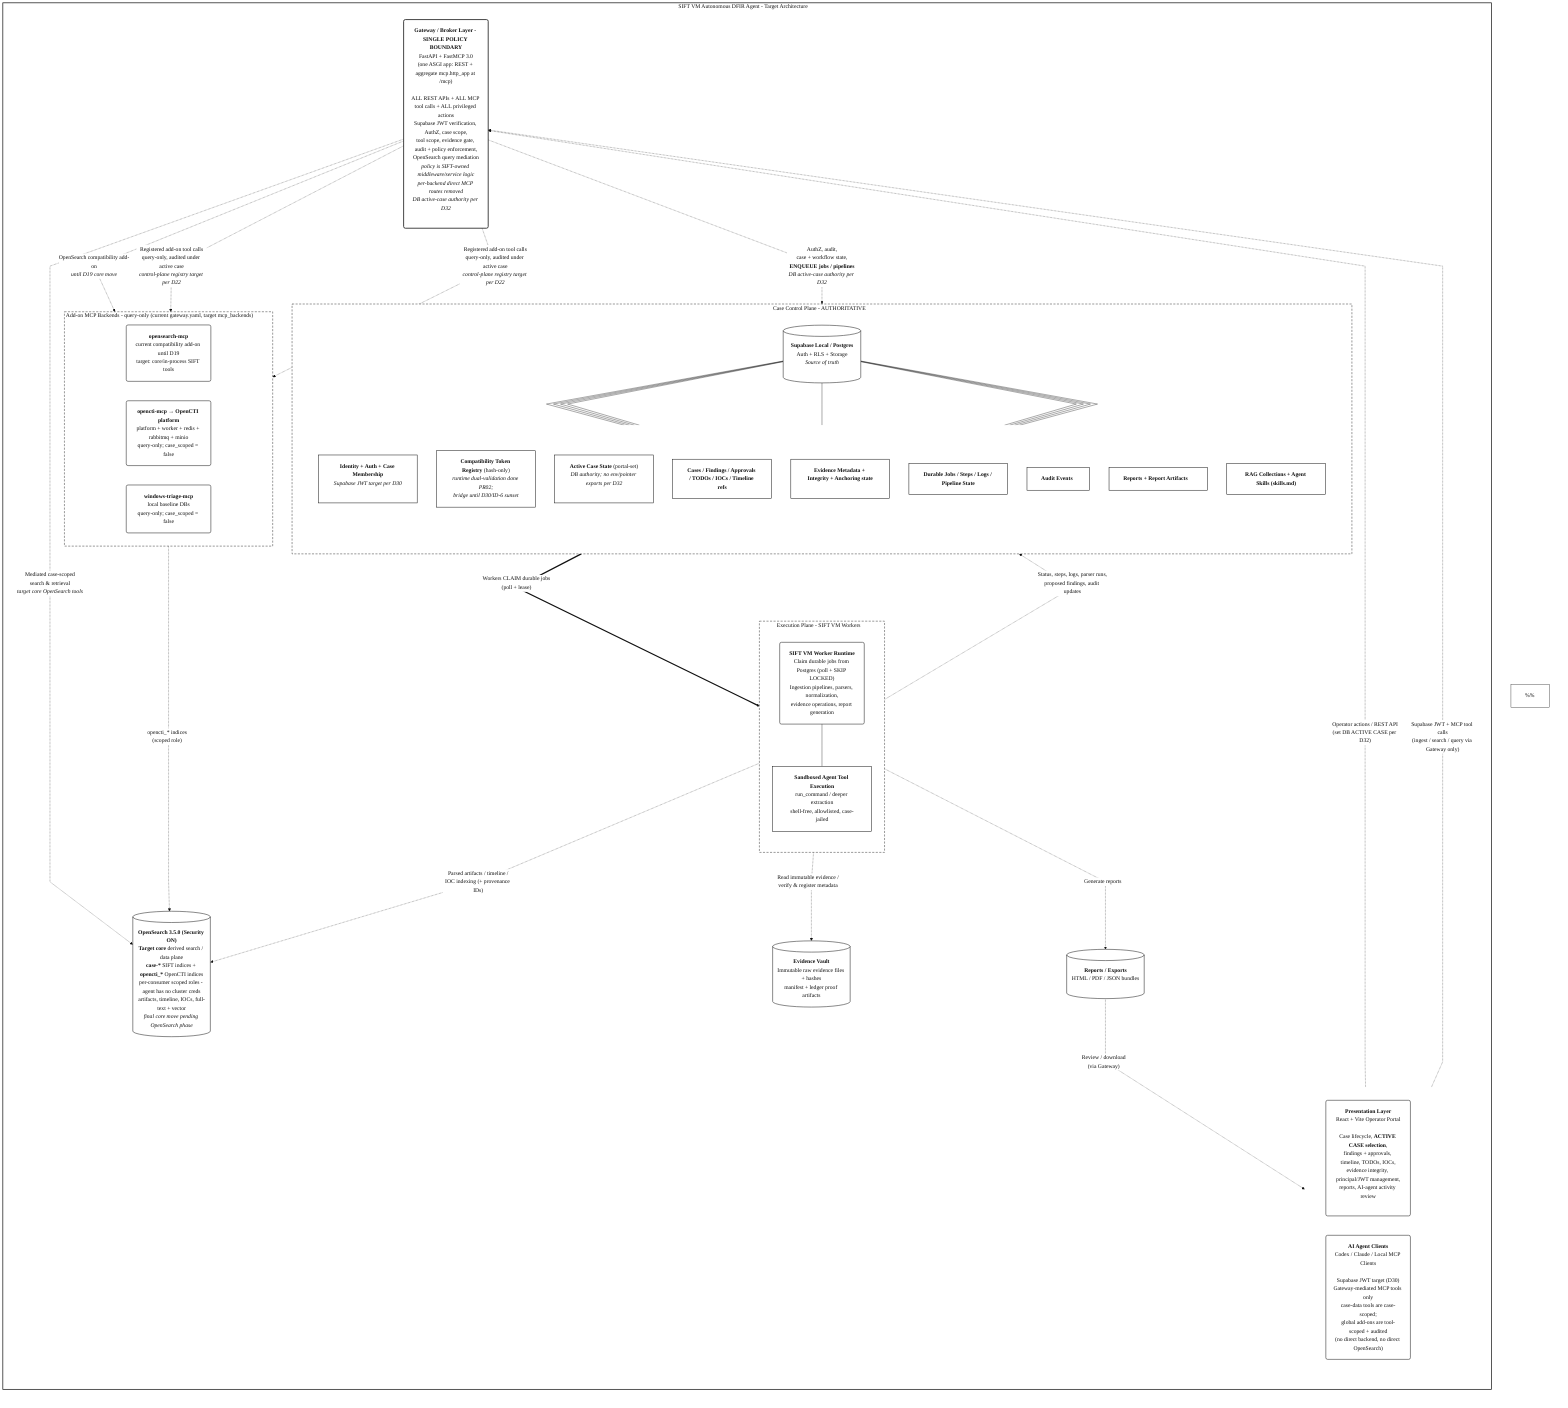
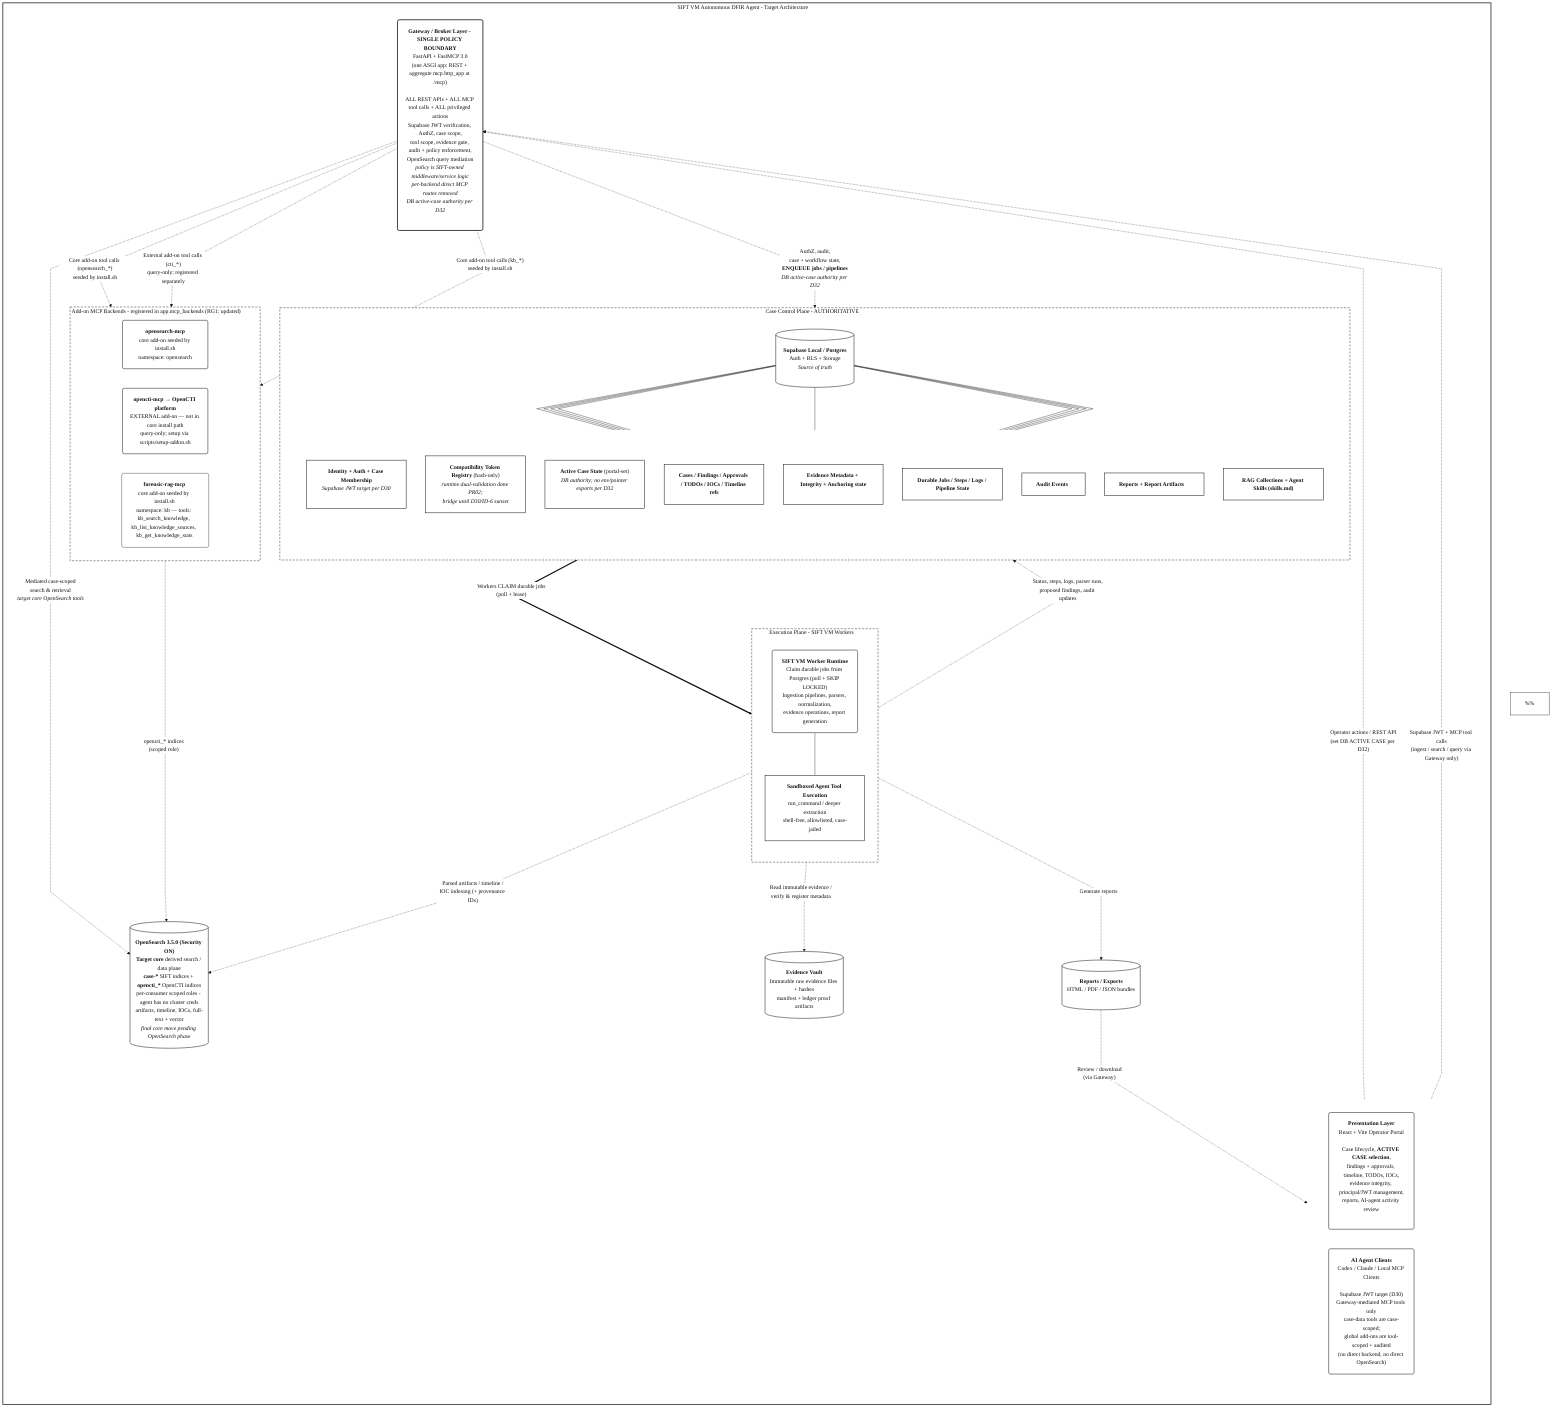
%%{init: {
  "theme": "base",
  "themeVariables": {
    "fontFamily": "Arial, Helvetica, sans-serif",
    "primaryColor": "#ffffff",
    "primaryTextColor": "#111111",
    "primaryBorderColor": "#111111",
    "lineColor": "#111111",
    "clusterBkg": "#ffffff",
    "clusterBorder": "#111111",
    "edgeLabelBackground": "#ffffff"
  },
  "flowchart": {
    "curve": "linear",
    "htmlLabels": true,
    "nodeSpacing": 55,
    "rankSpacing": 70,
    "padding": 20
  }
}}%%

flowchart TB

  %% =========================================================
  %% SIFT VM Autonomous DFIR Agent - target architecture.
  %%
  %% Canonical decisions reflected in this diagram (see
  %% 00_migration_charter.md "Confirmed Decisions (Locked)"):
  %%  - The Gateway is the SINGLE policy boundary. ALL REST APIs,
  %%    ALL MCP tool calls, and ALL privileged actions go through it.
  %%    Per-backend direct MCP routes (/mcp/{name}) are DISABLED.
  %%  - Supabase/Postgres is the authoritative control plane.
  %%  - Final auth target (D30): Supabase-issued JWTs for humans,
  %%    agents, MCP clients, workers, and services. PR02 hash-token
  %%    registry is a compatibility bridge until sunset.
  %%  - There is NEVER a direct job/invoke to the Evidence Vault.
  %%    Tool calls (ingest/search/etc.) enter the Gateway, which
  %%    enqueues durable jobs/pipelines in the control plane; workers
  %%    CLAIM (poll + SKIP LOCKED) those jobs and run the pipelines.
  %%  - TARGET: ACTIVE CASE is selected by the operator in the portal only,
  %%    is authoritative in the control plane, and the Gateway propagates it
  %%    to every backend/API/tool call. D32/PR03B drops env/config/pointer
  %%    active-case authority and does not generate active-case exports.
  %%  - OpenSearch 3.5.0 with security ENABLED is the derived
  %%    search/data plane. It is never authoritative.
  %%  - AI agents reach tools ONLY through Gateway MCP tools and run
  %%    deeper analysis in a sandboxed, allowlisted execution plane.
  %% Note: Mermaid auto-layout is not pixel-perfect.
  %% =========================================================

  subgraph SYSTEM["SIFT VM Autonomous DFIR Agent - Target Architecture"]
    direction TB

    %% -------------------------
    %% Clients
    %% -------------------------
    subgraph CLIENTS[" "]
      direction LR

      Portal("<b>Presentation Layer</b><br/>React + Vite Operator Portal<br/><br/>Case lifecycle, <b>ACTIVE CASE selection</b>,<br/>findings + approvals, timeline, TODOs, IOCs,<br/>evidence integrity, principal/JWT management,<br/>reports, AI-agent activity review")

      Agents("<b>AI Agent Clients</b><br/>Codex / Claude / Local MCP Clients<br/><br/>Supabase JWT target (D30)<br/>Gateway-mediated MCP tools only<br/>case-data tools are case-scoped;<br/>global add-ons are tool-scoped + audited<br/>(no direct backend, no direct OpenSearch)")
    end

    %% -------------------------
    %% Gateway - single policy boundary
    %% -------------------------
    Gateway("<b>Gateway / Broker Layer - SINGLE POLICY BOUNDARY</b><br/>FastAPI + FastMCP 3.0<br/>(one ASGI app: REST + aggregate mcp.http_app at /mcp)<br/><br/>ALL REST APIs + ALL MCP tool calls + ALL privileged actions<br/>Supabase JWT verification, AuthZ, case scope,<br/>tool scope, evidence gate, audit + policy enforcement,<br/>OpenSearch query mediation<br/><i>policy is SIFT-owned middleware/service logic</i><br/><i>per-backend direct MCP routes removed</i><br/><i>DB active-case authority per D32</i>")

    %% -------------------------
    %% Control plane (authoritative)
    %% -------------------------
    subgraph CONTROL["Case Control Plane - AUTHORITATIVE"]
      direction TB

      Supabase[("<b>Supabase Local / Postgres</b><br/>Auth + RLS + Storage<br/><i>Source of truth</i>")]

      subgraph CP_BOXES[" "]
        direction TB
        B1["<b>Identity + Auth + Case Membership</b><br/><i>Supabase JWT target per D30</i>"]
        B2["<b>Compatibility Token Registry</b> (hash-only)<br/><i>runtime dual-validation done PR02;<br/>bridge until D30/ID-6 sunset</i>"]
        B3["<b>Active Case State</b> (portal-set)<br/><i>DB authority; no env/pointer exports per D32</i>"]
        B4["<b>Cases / Findings / Approvals / TODOs / IOCs / Timeline refs</b>"]
        B5["<b>Evidence Metadata + Integrity + Anchoring state</b>"]
        B6["<b>Durable Jobs / Steps / Logs / Pipeline State</b>"]
        B7["<b>Audit Events</b>"]
        B8["<b>Reports + Report Artifacts</b>"]
        B9["<b>RAG Collections + Agent Skills (skills.md)</b>"]
      end

      Supabase --- B1
      Supabase --- B2
      Supabase --- B3
      Supabase --- B4
      Supabase --- B5
      Supabase --- B6
      Supabase --- B7
      Supabase --- B8
      Supabase --- B9
    end

    %% -------------------------
    %% Data plane + Evidence vault
    %% -------------------------
    OpenSearch[("<b>OpenSearch 3.5.0 (Security ON)</b><br/><b>Target core</b> derived search / data plane<br/><b>case-*</b> SIFT indices + <b>opencti_*</b> OpenCTI indices<br/>per-consumer scoped roles - agent has no cluster creds<br/>artifacts, timeline, IOCs, full-text + vector<br/><i>final core move pending OpenSearch phase</i>")]

    Evidence[("<b>Evidence Vault</b><br/>Immutable raw evidence files + hashes<br/>manifest + ledger proof artifacts")]

    %% -------------------------
    %% Execution plane
    %% -------------------------
    subgraph EXECUTION["Execution Plane - SIFT VM Workers"]
      direction TB

      Worker("<b>SIFT VM Worker Runtime</b><br/>Claim durable jobs from Postgres (poll + SKIP LOCKED)<br/>Ingestion pipelines, parsers, normalization,<br/>evidence operations, report generation")

      Sandbox["<b>Sandboxed Agent Tool Execution</b><br/>run_command / deeper extraction<br/>shell-free, allowlisted, case-jailed"]

      Worker --- Sandbox
    end

    Reports[("<b>Reports / Exports</b><br/>HTML / PDF / JSON bundles")]

    %% -------------------------
    %% Add-on MCP backends (target: registered in control-plane mcp_backends;
    %% current: read from gateway.yaml until D22/F-11 lands; reached ONLY
    %% through the Gateway aggregate policy path)
    %% -------------------------
-     subgraph ADDONS["Add-on MCP Backends - query-only (current gateway.yaml, target mcp_backends)"]
+     %% RG1 (2026-06-13): Diagram is archival/pre-migration state. Current state:
+     %% - opensearch-mcp is a registered core add-on (seeded by install.sh).
+     %% - forensic-rag-mcp is a registered core add-on (seeded by install.sh); tools are kb_*.
+     %% - windows-triage-mcp REMOVED from repo; future external add-on candidate only.
+     %% - opencti-mcp is an EXTERNAL add-on (never seeded by install.sh).
+     %% - gateway.yaml static tokens are legacy fallback; mcp_backends (Postgres) is current.
+     subgraph ADDONS["Add-on MCP Backends - registered in app.mcp_backends (RG1: updated)"]
      direction LR
-       OpenSearchCompat("<b>opensearch-mcp</b><br/>current compatibility add-on until D19<br/>target: core/in-process SIFT tools")
-       OpenCTI("<b>opencti-mcp</b> &rarr; <b>OpenCTI platform</b><br/>platform + worker + redis + rabbitmq + minio<br/>query-only; case_scoped = false")
-       WinTriage("<b>windows-triage-mcp</b><br/>local baseline DBs<br/>query-only; case_scoped = false")
+       OpenSearchCompat("<b>opensearch-mcp</b><br/>core add-on seeded by install.sh<br/>namespace: opensearch")
+       OpenCTI("<b>opencti-mcp</b> &rarr; <b>OpenCTI platform</b><br/>EXTERNAL add-on — not in core install path<br/>query-only; setup via scripts/setup-addon.sh")
+       ForensicRAG("<b>forensic-rag-mcp</b><br/>core add-on seeded by install.sh<br/>namespace: kb — tools: kb_search_knowledge, kb_list_knowledge_sources, kb_get_knowledge_stats")
    end

-     %% Note: OpenSearch and RAG are TARGET CORE, not long-term add-ons (D19/D23).
-     %% OpenSearch may still appear through gateway.yaml/proxy compatibility until
-     %% the later OpenSearch-core phase retires its add-on registration.
-     %% RAG retrieval is a core control-plane tool over Supabase pgvector.
+     %% RG1: OpenSearch and forensic-rag-mcp are core add-ons registered in app.mcp_backends.
+     %% RAG retrieval goes through the kb_* tools in forensic-rag-mcp (not a gateway-local shim).

    %% -------------------------
    %% Flows
    %% -------------------------
    Portal -. "Operator actions / REST API<br/>(set DB ACTIVE CASE per D32)" .-> Gateway
    Agents -. "Supabase JWT + MCP tool calls<br/>(ingest / search / query via Gateway only)" .-> Gateway

    Gateway -. "AuthZ, audit,<br/>case + workflow state,<br/><b>ENQUEUE jobs / pipelines</b><br/><i>DB active-case authority per D32</i>" .-> Supabase
    Gateway -. "Mediated case-scoped<br/>search & retrieval<br/><i>target core OpenSearch tools</i>" .-> OpenSearch
-     Gateway -. "OpenSearch compatibility add-on<br/><i>until D19 core move</i>" .-> OpenSearchCompat
-     Gateway -. "Registered add-on tool calls<br/>query-only, audited under active case<br/><i>control-plane registry target per D22</i>" .-> OpenCTI
-     Gateway -. "Registered add-on tool calls<br/>query-only, audited under active case<br/><i>control-plane registry target per D22</i>" .-> WinTriage
+     Gateway -. "Core add-on tool calls (opensearch_*)<br/>seeded by install.sh" .-> OpenSearchCompat
+     Gateway -. "External add-on tool calls (cti_*)<br/>query-only; registered separately" .-> OpenCTI
+     Gateway -. "Core add-on tool calls (kb_*)<br/>seeded by install.sh" .-> ForensicRAG
    OpenCTI -. "opencti_* indices<br/>(scoped role)" .-> OpenSearch

    Supabase == "Workers CLAIM durable jobs<br/>(poll + lease)" ==> EXECUTION
    EXECUTION -. "Status, steps, logs, parser runs,<br/>proposed findings, audit updates" .-> Supabase

    EXECUTION -. "Parsed artifacts / timeline /<br/>IOC indexing (+ provenance IDs)" .-> OpenSearch
    EXECUTION -. "Read immutable evidence /<br/>verify & register metadata" .-> Evidence
    EXECUTION -. "Generate reports" .-> Reports

    Reports -. "Review / download<br/>(via Gateway)" .-> Portal
  end

  %% =========================================================
  %% Styling
  %% =========================================================
  classDef box fill:#ffffff,stroke:#111111,stroke-width:1.4px,color:#111111;
  classDef db fill:#ffffff,stroke:#111111,stroke-width:1.4px,color:#111111;
  classDef group fill:#ffffff,stroke:#111111,stroke-width:1.2px,stroke-dasharray: 6 4,color:#111111;
  classDef outer fill:#ffffff,stroke:#111111,stroke-width:2px,color:#111111;
  classDef gw fill:#ffffff,stroke:#111111,stroke-width:2.2px,color:#111111;

  class Portal,Agents,B1,B2,B3,B4,B5,B6,B7,B8,B9,Worker,Sandbox,OpenSearchCompat,OpenCTI,WinTriage box;
  class Supabase,OpenSearch,Evidence,Reports db;
  class Gateway gw;
  class CONTROL,EXECUTION,ADDONS group;
  class SYSTEM outer;

  style CLIENTS fill:#ffffff,stroke:transparent
  style CP_BOXES fill:#ffffff,stroke:transparent
